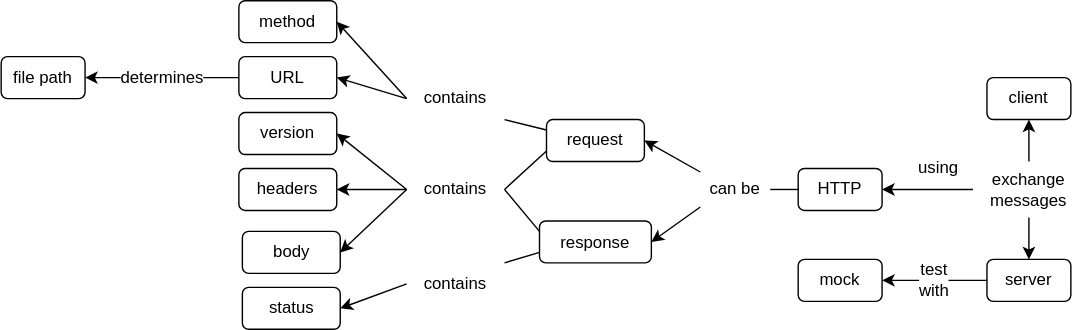
Earlier version of the draw.io export sdxpy/http/concept_map.svg (gvwilson/thirdbit). Source tidied: cells renumbered, new cells last; positions are measured from the earlier drawing's top-left corner, leaving out a move shared by most shapes.
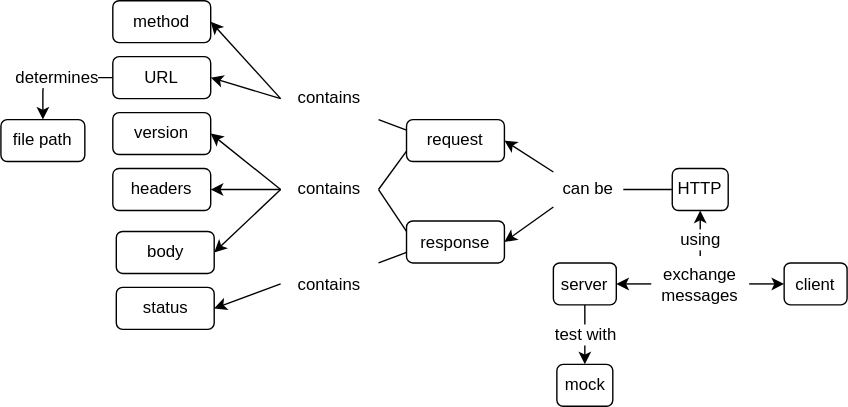
After the commit.

Change to the diagram source:
```diff
@@ -2,112 +2,116 @@
   <root>
     <mxCell id="0" />
     <mxCell id="1" parent="0" />
-    <mxCell id="2" value="server" style="text;html=1;strokeColor=default;fillColor=none;align=center;verticalAlign=middle;whiteSpace=wrap;rounded=1;hachureGap=4;fontFamily=Verdana;fontSize=12;" parent="1" vertex="1">
-      <mxGeometry x="705" y="185" width="60" height="30" as="geometry" />
+    <mxCell id="2" value="server" style="text;html=1;strokeColor=default;fillColor=none;align=center;verticalAlign=middle;whiteSpace=wrap;rounded=1;hachureGap=4;fontFamily=Helvetica;fontSize=12;" parent="1" vertex="1">
+      <mxGeometry x="485" y="187.5" width="45" height="30" as="geometry" />
     </mxCell>
-    <mxCell id="3" value="client" style="text;html=1;strokeColor=default;fillColor=none;align=center;verticalAlign=middle;whiteSpace=wrap;rounded=1;hachureGap=4;fontFamily=Verdana;fontSize=12;" parent="1" vertex="1">
-      <mxGeometry x="705" y="55" width="60" height="30" as="geometry" />
+    <mxCell id="3" value="client" style="text;html=1;strokeColor=default;fillColor=none;align=center;verticalAlign=middle;whiteSpace=wrap;rounded=1;hachureGap=4;fontFamily=Helvetica;fontSize=12;" parent="1" vertex="1">
+      <mxGeometry x="650" y="187.5" width="45" height="30" as="geometry" />
     </mxCell>
-    <mxCell id="4" value="HTTP" style="text;html=1;strokeColor=default;fillColor=none;align=center;verticalAlign=middle;whiteSpace=wrap;rounded=1;hachureGap=4;fontFamily=Verdana;fontSize=12;" parent="1" vertex="1">
-      <mxGeometry x="570" y="120" width="60" height="30" as="geometry" />
+    <mxCell id="4" value="HTTP" style="text;html=1;strokeColor=default;fillColor=none;align=center;verticalAlign=middle;whiteSpace=wrap;rounded=1;hachureGap=4;fontFamily=Helvetica;fontSize=12;" parent="1" vertex="1">
+      <mxGeometry x="570" y="120" width="40" height="30" as="geometry" />
     </mxCell>
-    <mxCell id="5" value="request" style="text;html=1;strokeColor=default;fillColor=none;align=center;verticalAlign=middle;whiteSpace=wrap;rounded=1;hachureGap=4;fontFamily=Verdana;fontSize=12;" parent="1" vertex="1">
-      <mxGeometry x="390" y="85" width="70" height="30" as="geometry" />
+    <mxCell id="5" value="request" style="text;html=1;strokeColor=default;fillColor=none;align=center;verticalAlign=middle;whiteSpace=wrap;rounded=1;hachureGap=4;fontFamily=Helvetica;fontSize=12;" parent="1" vertex="1">
+      <mxGeometry x="380" y="85" width="70" height="30" as="geometry" />
     </mxCell>
-    <mxCell id="6" value="response" style="text;html=1;strokeColor=default;fillColor=none;align=center;verticalAlign=middle;whiteSpace=wrap;rounded=1;hachureGap=4;fontFamily=Verdana;fontSize=12;" parent="1" vertex="1">
-      <mxGeometry x="385" y="157.5" width="80" height="30" as="geometry" />
+    <mxCell id="6" value="response" style="text;html=1;strokeColor=default;fillColor=none;align=center;verticalAlign=middle;whiteSpace=wrap;rounded=1;hachureGap=4;fontFamily=Helvetica;fontSize=12;" parent="1" vertex="1">
+      <mxGeometry x="380" y="157.5" width="70" height="30" as="geometry" />
     </mxCell>
-    <mxCell id="7" value="method" style="text;html=1;strokeColor=default;fillColor=none;align=center;verticalAlign=middle;whiteSpace=wrap;rounded=1;hachureGap=4;fontFamily=Verdana;fontSize=12;" parent="1" vertex="1">
+    <mxCell id="7" value="method" style="text;html=1;strokeColor=default;fillColor=none;align=center;verticalAlign=middle;whiteSpace=wrap;rounded=1;hachureGap=4;fontFamily=Helvetica;fontSize=12;" parent="1" vertex="1">
       <mxGeometry x="170" width="70" height="30" as="geometry" />
     </mxCell>
-    <mxCell id="8" value="URL" style="text;html=1;strokeColor=default;fillColor=none;align=center;verticalAlign=middle;whiteSpace=wrap;rounded=1;hachureGap=4;fontFamily=Verdana;fontSize=12;" parent="1" vertex="1">
+    <mxCell id="8" value="URL" style="text;html=1;strokeColor=default;fillColor=none;align=center;verticalAlign=middle;whiteSpace=wrap;rounded=1;hachureGap=4;fontFamily=Helvetica;fontSize=12;" parent="1" vertex="1">
       <mxGeometry x="170" y="40" width="70" height="30" as="geometry" />
     </mxCell>
-    <mxCell id="9" value="version" style="text;html=1;strokeColor=default;fillColor=none;align=center;verticalAlign=middle;whiteSpace=wrap;rounded=1;hachureGap=4;fontFamily=Verdana;fontSize=12;" parent="1" vertex="1">
+    <mxCell id="9" value="version" style="text;html=1;strokeColor=default;fillColor=none;align=center;verticalAlign=middle;whiteSpace=wrap;rounded=1;hachureGap=4;fontFamily=Helvetica;fontSize=12;" parent="1" vertex="1">
       <mxGeometry x="170" y="80" width="70" height="30" as="geometry" />
     </mxCell>
-    <mxCell id="10" value="headers" style="text;html=1;strokeColor=default;fillColor=none;align=center;verticalAlign=middle;whiteSpace=wrap;rounded=1;hachureGap=4;fontFamily=Verdana;fontSize=12;" parent="1" vertex="1">
+    <mxCell id="10" value="headers" style="text;html=1;strokeColor=default;fillColor=none;align=center;verticalAlign=middle;whiteSpace=wrap;rounded=1;hachureGap=4;fontFamily=Helvetica;fontSize=12;" parent="1" vertex="1">
       <mxGeometry x="170" y="120" width="70" height="30" as="geometry" />
     </mxCell>
-    <mxCell id="11" value="body" style="text;html=1;strokeColor=default;fillColor=none;align=center;verticalAlign=middle;whiteSpace=wrap;rounded=1;hachureGap=4;fontFamily=Verdana;fontSize=12;" parent="1" vertex="1">
+    <mxCell id="11" value="body" style="text;html=1;strokeColor=default;fillColor=none;align=center;verticalAlign=middle;whiteSpace=wrap;rounded=1;hachureGap=4;fontFamily=Helvetica;fontSize=12;" parent="1" vertex="1">
       <mxGeometry x="172.5" y="165" width="70" height="30" as="geometry" />
     </mxCell>
-    <mxCell id="12" value="status" style="text;html=1;strokeColor=default;fillColor=none;align=center;verticalAlign=middle;whiteSpace=wrap;rounded=1;hachureGap=4;fontFamily=Verdana;fontSize=12;" parent="1" vertex="1">
+    <mxCell id="12" value="status" style="text;html=1;strokeColor=default;fillColor=none;align=center;verticalAlign=middle;whiteSpace=wrap;rounded=1;hachureGap=4;fontFamily=Helvetica;fontSize=12;" parent="1" vertex="1">
       <mxGeometry x="172.5" y="205" width="70" height="30" as="geometry" />
     </mxCell>
-    <mxCell id="13" value="file path" style="text;html=1;strokeColor=default;fillColor=none;align=center;verticalAlign=middle;whiteSpace=wrap;rounded=1;hachureGap=4;fontFamily=Verdana;fontSize=12;" parent="1" vertex="1">
-      <mxGeometry y="40" width="60" height="30" as="geometry" />
+    <mxCell id="13" value="file path" style="text;html=1;strokeColor=default;fillColor=none;align=center;verticalAlign=middle;whiteSpace=wrap;rounded=1;hachureGap=4;fontFamily=Helvetica;fontSize=12;" parent="1" vertex="1">
+      <mxGeometry x="90" y="85" width="60" height="30" as="geometry" />
     </mxCell>
-    <mxCell id="14" value="exchange&lt;br style=&quot;font-size: 12px;&quot;&gt;messages" style="text;html=1;strokeColor=none;fillColor=none;align=center;verticalAlign=middle;whiteSpace=wrap;rounded=0;hachureGap=4;fontFamily=Verdana;fontSize=12;" parent="1" vertex="1">
-      <mxGeometry x="695" y="115" width="80" height="40" as="geometry" />
+    <mxCell id="14" value="exchange&lt;br style=&quot;font-size: 12px;&quot;&gt;messages" style="text;html=1;strokeColor=none;fillColor=none;align=center;verticalAlign=middle;whiteSpace=wrap;rounded=0;hachureGap=4;fontFamily=Helvetica;fontSize=12;" parent="1" vertex="1">
+      <mxGeometry x="555" y="182.5" width="70" height="40" as="geometry" />
     </mxCell>
-    <mxCell id="15" value="can be" style="text;html=1;strokeColor=none;fillColor=none;align=center;verticalAlign=middle;whiteSpace=wrap;rounded=0;hachureGap=4;fontFamily=Verdana;fontSize=12;" parent="1" vertex="1">
-      <mxGeometry x="500" y="122.5" width="50" height="25" as="geometry" />
+    <mxCell id="15" value="can be" style="text;html=1;strokeColor=none;fillColor=none;align=center;verticalAlign=middle;whiteSpace=wrap;rounded=0;hachureGap=4;fontFamily=Helvetica;fontSize=12;" parent="1" vertex="1">
+      <mxGeometry x="485" y="122.5" width="50" height="25" as="geometry" />
     </mxCell>
-    <mxCell id="16" style="endArrow=none;html=1;rounded=0;hachureGap=4;fontFamily=Verdana;fontSize=12;startSize=14;endSize=14;sourcePerimeterSpacing=8;targetPerimeterSpacing=8;curved=1;entryX=0;entryY=0.5;entryDx=0;entryDy=0;exitX=1;exitY=0.5;exitDx=0;exitDy=0;" parent="1" edge="1" source="15" target="4">
+    <mxCell id="16" style="endArrow=none;html=1;rounded=0;hachureGap=4;fontFamily=Helvetica;fontSize=12;startSize=14;endSize=14;sourcePerimeterSpacing=8;targetPerimeterSpacing=8;curved=1;entryX=0;entryY=0.5;entryDx=0;entryDy=0;exitX=1;exitY=0.5;exitDx=0;exitDy=0;" parent="1" edge="1" source="15" target="4">
       <mxGeometry relative="1" as="geometry" />
     </mxCell>
-    <mxCell id="17" value="contains" style="text;html=1;strokeColor=none;fillColor=none;align=center;verticalAlign=middle;whiteSpace=wrap;rounded=0;hachureGap=4;fontFamily=Verdana;fontSize=12;" parent="1" vertex="1">
+    <mxCell id="17" value="contains" style="text;html=1;strokeColor=none;fillColor=none;align=center;verticalAlign=middle;whiteSpace=wrap;rounded=0;hachureGap=4;fontFamily=Helvetica;fontSize=12;" parent="1" vertex="1">
       <mxGeometry x="290" y="55" width="70" height="30" as="geometry" />
     </mxCell>
-    <mxCell id="18" value="contains" style="text;html=1;strokeColor=none;fillColor=none;align=center;verticalAlign=middle;whiteSpace=wrap;rounded=0;hachureGap=4;fontFamily=Verdana;fontSize=12;" parent="1" vertex="1">
+    <mxCell id="18" value="contains" style="text;html=1;strokeColor=none;fillColor=none;align=center;verticalAlign=middle;whiteSpace=wrap;rounded=0;hachureGap=4;fontFamily=Helvetica;fontSize=12;" parent="1" vertex="1">
       <mxGeometry x="290" y="187.5" width="70" height="30" as="geometry" />
     </mxCell>
-    <mxCell id="19" style="endArrow=none;html=1;rounded=0;hachureGap=4;fontFamily=Verdana;fontSize=12;startSize=14;endSize=14;sourcePerimeterSpacing=8;targetPerimeterSpacing=8;curved=1;exitX=1;exitY=1;exitDx=0;exitDy=0;entryX=0;entryY=0.25;entryDx=0;entryDy=0;" parent="1" edge="1" source="17" target="5">
+    <mxCell id="19" style="endArrow=none;html=1;rounded=0;hachureGap=4;fontFamily=Helvetica;fontSize=12;startSize=14;endSize=14;sourcePerimeterSpacing=8;targetPerimeterSpacing=8;curved=1;exitX=1;exitY=1;exitDx=0;exitDy=0;entryX=0;entryY=0.25;entryDx=0;entryDy=0;" parent="1" edge="1" source="17" target="5">
       <mxGeometry relative="1" as="geometry" />
     </mxCell>
-    <mxCell id="20" style="endArrow=none;html=1;rounded=0;hachureGap=4;fontFamily=Verdana;fontSize=12;startSize=14;endSize=14;sourcePerimeterSpacing=8;targetPerimeterSpacing=8;curved=1;exitX=1;exitY=0;exitDx=0;exitDy=0;entryX=0;entryY=0.75;entryDx=0;entryDy=0;" parent="1" edge="1" source="18" target="6">
+    <mxCell id="20" style="endArrow=none;html=1;rounded=0;hachureGap=4;fontFamily=Helvetica;fontSize=12;startSize=14;endSize=14;sourcePerimeterSpacing=8;targetPerimeterSpacing=8;curved=1;exitX=1;exitY=0;exitDx=0;exitDy=0;entryX=0;entryY=0.75;entryDx=0;entryDy=0;" parent="1" edge="1" source="18" target="6">
       <mxGeometry relative="1" as="geometry" />
     </mxCell>
-    <mxCell id="21" style="endArrow=classic;html=1;rounded=1;hachureGap=4;fontFamily=Verdana;fontSize=12;startSize=6;endSize=6;sourcePerimeterSpacing=0;targetPerimeterSpacing=0;exitX=0;exitY=0.5;exitDx=0;exitDy=0;entryX=1;entryY=0.5;entryDx=0;entryDy=0;endFill=1;" parent="1" edge="1" source="17" target="7">
+    <mxCell id="21" style="endArrow=classic;html=1;rounded=1;hachureGap=4;fontFamily=Helvetica;fontSize=12;startSize=6;endSize=6;sourcePerimeterSpacing=0;targetPerimeterSpacing=0;exitX=0;exitY=0.5;exitDx=0;exitDy=0;entryX=1;entryY=0.5;entryDx=0;entryDy=0;endFill=1;" parent="1" edge="1" source="17" target="7">
       <mxGeometry relative="1" as="geometry" />
     </mxCell>
-    <mxCell id="22" style="endArrow=classic;html=1;rounded=1;hachureGap=4;fontFamily=Verdana;fontSize=12;startSize=6;endSize=6;sourcePerimeterSpacing=0;targetPerimeterSpacing=0;entryX=1;entryY=0.5;entryDx=0;entryDy=0;exitX=0;exitY=0.5;exitDx=0;exitDy=0;" parent="1" edge="1" source="17" target="8">
+    <mxCell id="22" style="endArrow=classic;html=1;rounded=1;hachureGap=4;fontFamily=Helvetica;fontSize=12;startSize=6;endSize=6;sourcePerimeterSpacing=0;targetPerimeterSpacing=0;entryX=1;entryY=0.5;entryDx=0;entryDy=0;exitX=0;exitY=0.5;exitDx=0;exitDy=0;" parent="1" edge="1" source="17" target="8">
       <mxGeometry relative="1" as="geometry" />
     </mxCell>
-    <mxCell id="23" style="endArrow=classic;html=1;rounded=1;hachureGap=4;fontFamily=Verdana;fontSize=12;startSize=6;endSize=6;sourcePerimeterSpacing=0;targetPerimeterSpacing=0;entryX=1;entryY=0.5;entryDx=0;entryDy=0;exitX=0;exitY=0.5;exitDx=0;exitDy=0;" parent="1" edge="1" source="33" target="9">
+    <mxCell id="23" style="endArrow=classic;html=1;rounded=1;hachureGap=4;fontFamily=Helvetica;fontSize=12;startSize=6;endSize=6;sourcePerimeterSpacing=0;targetPerimeterSpacing=0;entryX=1;entryY=0.5;entryDx=0;entryDy=0;exitX=0;exitY=0.5;exitDx=0;exitDy=0;" parent="1" edge="1" source="33" target="9">
       <mxGeometry relative="1" as="geometry" />
     </mxCell>
-    <mxCell id="24" style="endArrow=classic;html=1;rounded=1;hachureGap=4;fontFamily=Verdana;fontSize=12;startSize=6;endSize=6;sourcePerimeterSpacing=0;targetPerimeterSpacing=0;entryX=1;entryY=0.5;entryDx=0;entryDy=0;exitX=0;exitY=0.5;exitDx=0;exitDy=0;" parent="1" edge="1" source="33" target="10">
+    <mxCell id="24" style="endArrow=classic;html=1;rounded=1;hachureGap=4;fontFamily=Helvetica;fontSize=12;startSize=6;endSize=6;sourcePerimeterSpacing=0;targetPerimeterSpacing=0;entryX=1;entryY=0.5;entryDx=0;entryDy=0;exitX=0;exitY=0.5;exitDx=0;exitDy=0;" parent="1" edge="1" source="33" target="10">
       <mxGeometry relative="1" as="geometry" />
     </mxCell>
-    <mxCell id="25" style="endArrow=classic;html=1;rounded=1;hachureGap=4;fontFamily=Verdana;fontSize=12;startSize=6;endSize=6;sourcePerimeterSpacing=0;targetPerimeterSpacing=0;entryX=1;entryY=0.5;entryDx=0;entryDy=0;exitX=0;exitY=0.5;exitDx=0;exitDy=0;" parent="1" edge="1" source="33" target="11">
+    <mxCell id="25" style="endArrow=classic;html=1;rounded=1;hachureGap=4;fontFamily=Helvetica;fontSize=12;startSize=6;endSize=6;sourcePerimeterSpacing=0;targetPerimeterSpacing=0;entryX=1;entryY=0.5;entryDx=0;entryDy=0;exitX=0;exitY=0.5;exitDx=0;exitDy=0;" parent="1" edge="1" source="33" target="11">
       <mxGeometry relative="1" as="geometry" />
     </mxCell>
-    <mxCell id="26" style="endArrow=classic;html=1;rounded=1;hachureGap=4;fontFamily=Verdana;fontSize=12;startSize=6;endSize=6;sourcePerimeterSpacing=0;targetPerimeterSpacing=0;entryX=1;entryY=0.5;entryDx=0;entryDy=0;exitX=0;exitY=0.5;exitDx=0;exitDy=0;" parent="1" edge="1" source="18" target="12">
+    <mxCell id="26" style="endArrow=classic;html=1;rounded=1;hachureGap=4;fontFamily=Helvetica;fontSize=12;startSize=6;endSize=6;sourcePerimeterSpacing=0;targetPerimeterSpacing=0;entryX=1;entryY=0.5;entryDx=0;entryDy=0;exitX=0;exitY=0.5;exitDx=0;exitDy=0;" parent="1" edge="1" source="18" target="12">
       <mxGeometry relative="1" as="geometry" />
     </mxCell>
-    <mxCell id="27" value="determines" style="endArrow=classic;html=1;rounded=1;hachureGap=4;fontFamily=Verdana;fontSize=12;startSize=6;endSize=6;sourcePerimeterSpacing=0;targetPerimeterSpacing=0;entryX=1;entryY=0.5;entryDx=0;entryDy=0;exitX=0;exitY=0.5;exitDx=0;exitDy=0;" parent="1" edge="1" source="8" target="13">
-      <mxGeometry relative="1" as="geometry" />
+    <mxCell id="27" value="determines" style="endArrow=classic;html=1;rounded=1;hachureGap=4;fontFamily=Helvetica;fontSize=12;startSize=6;endSize=6;sourcePerimeterSpacing=0;targetPerimeterSpacing=0;entryX=0.5;entryY=0;entryDx=0;entryDy=0;exitX=0;exitY=0.5;exitDx=0;exitDy=0;" parent="1" edge="1" source="8" target="13">
+      <mxGeometry relative="1" as="geometry">
+        <Array as="points">
+          <mxPoint x="120" y="55" />
+        </Array>
+      </mxGeometry>
     </mxCell>
-    <mxCell id="28" style="endArrow=classic;html=1;rounded=0;sketch=0;fontFamily=Verdana;fontSize=12;entryX=0.5;entryY=0;entryDx=0;entryDy=0;exitX=0.5;exitY=1;exitDx=0;exitDy=0;endFill=1;" parent="1" edge="1" source="14" target="2">
+    <mxCell id="28" style="endArrow=classic;html=1;rounded=0;sketch=0;fontFamily=Helvetica;fontSize=12;entryX=1;entryY=0.5;entryDx=0;entryDy=0;exitX=0;exitY=0.5;exitDx=0;exitDy=0;endFill=1;" parent="1" edge="1" source="14" target="2">
       <mxGeometry relative="1" as="geometry" />
     </mxCell>
-    <mxCell id="29" style="endArrow=classic;html=1;rounded=0;sketch=0;fontFamily=Verdana;fontSize=12;entryX=0.5;entryY=1;entryDx=0;entryDy=0;exitX=0.5;exitY=0;exitDx=0;exitDy=0;" parent="1" edge="1" source="14" target="3">
+    <mxCell id="29" style="endArrow=classic;html=1;rounded=0;sketch=0;fontFamily=Helvetica;fontSize=12;entryX=0;entryY=0.5;entryDx=0;entryDy=0;exitX=1;exitY=0.5;exitDx=0;exitDy=0;" parent="1" edge="1" source="14" target="3">
       <mxGeometry relative="1" as="geometry" />
     </mxCell>
-    <mxCell id="30" value="using" style="endArrow=classic;html=1;rounded=0;sketch=0;fontFamily=Verdana;fontSize=12;entryX=1;entryY=0.5;entryDx=0;entryDy=0;exitX=0;exitY=0.5;exitDx=0;exitDy=0;" parent="1" edge="1" source="14" target="4">
-      <mxGeometry x="-0.23" y="-15" relative="1" as="geometry" />
+    <mxCell id="30" value="using" style="endArrow=classic;html=1;rounded=0;sketch=0;fontFamily=Helvetica;fontSize=12;entryX=0.5;entryY=1;entryDx=0;entryDy=0;exitX=0.5;exitY=0;exitDx=0;exitDy=0;" parent="1" edge="1" source="14" target="4">
+      <mxGeometry x="-0.23" relative="1" as="geometry" />
     </mxCell>
-    <mxCell id="31" style="endArrow=classic;html=1;rounded=0;sketch=0;fontFamily=Verdana;fontSize=12;exitX=0;exitY=1;exitDx=0;exitDy=0;entryX=1;entryY=0.5;entryDx=0;entryDy=0;" parent="1" edge="1" source="15" target="6">
+    <mxCell id="31" style="endArrow=classic;html=1;rounded=0;sketch=0;fontFamily=Helvetica;fontSize=12;exitX=0;exitY=1;exitDx=0;exitDy=0;entryX=1;entryY=0.5;entryDx=0;entryDy=0;" parent="1" edge="1" source="15" target="6">
       <mxGeometry relative="1" as="geometry" />
     </mxCell>
-    <mxCell id="32" style="endArrow=classic;html=1;rounded=0;sketch=0;fontFamily=Verdana;fontSize=12;entryX=1;entryY=0.5;entryDx=0;entryDy=0;exitX=0;exitY=0;exitDx=0;exitDy=0;" parent="1" edge="1" source="15" target="5">
+    <mxCell id="32" style="endArrow=classic;html=1;rounded=0;sketch=0;fontFamily=Helvetica;fontSize=12;entryX=1;entryY=0.5;entryDx=0;entryDy=0;exitX=0;exitY=0;exitDx=0;exitDy=0;" parent="1" edge="1" source="15" target="5">
       <mxGeometry relative="1" as="geometry" />
     </mxCell>
-    <mxCell id="33" value="contains" style="text;html=1;strokeColor=none;fillColor=none;align=center;verticalAlign=middle;whiteSpace=wrap;rounded=0;hachureGap=4;fontFamily=Verdana;fontSize=12;" parent="1" vertex="1">
+    <mxCell id="33" value="contains" style="text;html=1;strokeColor=none;fillColor=none;align=center;verticalAlign=middle;whiteSpace=wrap;rounded=0;hachureGap=4;fontFamily=Helvetica;fontSize=12;" parent="1" vertex="1">
       <mxGeometry x="290" y="120" width="70" height="30" as="geometry" />
     </mxCell>
-    <mxCell id="34" style="endArrow=none;html=1;rounded=0;sketch=0;fontFamily=Verdana;fontSize=12;startSize=6;endSize=6;sourcePerimeterSpacing=0;targetPerimeterSpacing=0;exitX=1;exitY=0.5;exitDx=0;exitDy=0;entryX=0;entryY=0.75;entryDx=0;entryDy=0;" parent="1" edge="1" source="33" target="5">
+    <mxCell id="34" style="endArrow=none;html=1;rounded=0;sketch=0;fontFamily=Helvetica;fontSize=12;startSize=6;endSize=6;sourcePerimeterSpacing=0;targetPerimeterSpacing=0;exitX=1;exitY=0.5;exitDx=0;exitDy=0;entryX=0;entryY=0.75;entryDx=0;entryDy=0;" parent="1" edge="1" source="33" target="5">
       <mxGeometry relative="1" as="geometry" />
     </mxCell>
-    <mxCell id="35" style="endArrow=none;html=1;rounded=0;sketch=0;fontFamily=Verdana;fontSize=12;startSize=6;endSize=6;sourcePerimeterSpacing=0;targetPerimeterSpacing=0;entryX=0;entryY=0.25;entryDx=0;entryDy=0;exitX=1;exitY=0.5;exitDx=0;exitDy=0;" parent="1" edge="1" source="33" target="6">
+    <mxCell id="35" style="endArrow=none;html=1;rounded=0;sketch=0;fontFamily=Helvetica;fontSize=12;startSize=6;endSize=6;sourcePerimeterSpacing=0;targetPerimeterSpacing=0;entryX=0;entryY=0.25;entryDx=0;entryDy=0;exitX=1;exitY=0.5;exitDx=0;exitDy=0;" parent="1" edge="1" source="33" target="6">
       <mxGeometry relative="1" as="geometry" />
     </mxCell>
-    <mxCell id="36" value="mock" style="text;html=1;strokeColor=default;fillColor=none;align=center;verticalAlign=middle;whiteSpace=wrap;rounded=1;hachureGap=4;fontFamily=Verdana;fontSize=12;" parent="1" vertex="1">
-      <mxGeometry x="570" y="185" width="60" height="30" as="geometry" />
+    <mxCell id="36" value="mock" style="text;html=1;strokeColor=default;fillColor=none;align=center;verticalAlign=middle;whiteSpace=wrap;rounded=1;hachureGap=4;fontFamily=Helvetica;fontSize=12;" parent="1" vertex="1">
+      <mxGeometry x="487.5" y="260" width="40" height="30" as="geometry" />
     </mxCell>
-    <mxCell id="37" value="&lt;font style=&quot;font-size: 12px;&quot;&gt;test&lt;br style=&quot;font-size: 12px;&quot;&gt;with&lt;/font&gt;" style="endArrow=classic;html=1;rounded=0;entryX=1;entryY=0.5;entryDx=0;entryDy=0;exitX=0;exitY=0.5;exitDx=0;exitDy=0;fontFamily=Verdana;fontSize=12;" parent="1" edge="1" source="2" target="36">
+    <mxCell id="37" value="test with" style="endArrow=classic;html=1;rounded=0;entryX=0.5;entryY=0;entryDx=0;entryDy=0;exitX=0.5;exitY=1;exitDx=0;exitDy=0;fontFamily=Helvetica;fontSize=12;" parent="1" edge="1" source="2" target="36">
       <mxGeometry relative="1" as="geometry" />
     </mxCell>
   </root>
```
